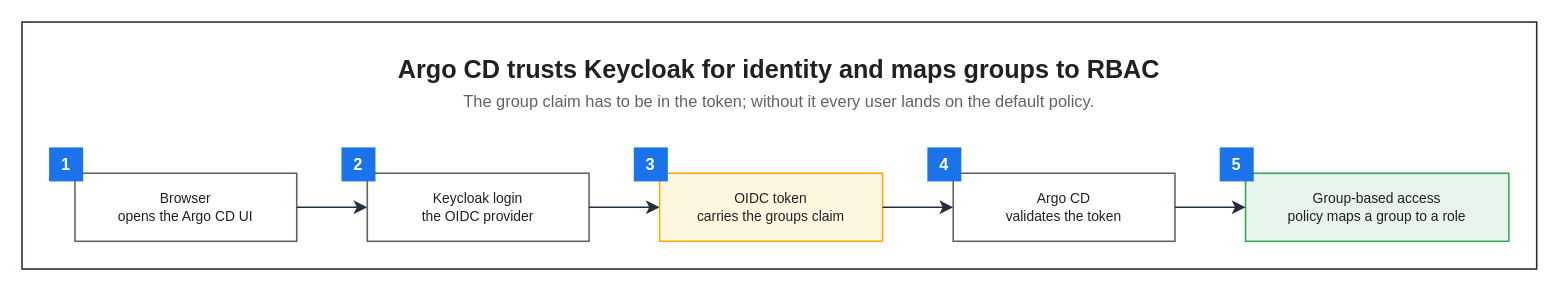
Above: assets/img/security/keycloak-argocd-sso-flow.drawio in KKamJi98/kkamji98.github.io (draw.io), before the change. Source tidied: cells renumbered, new cells numbered last; positions are measured from the earlier drawing's top-left corner, leaving out a move shared by most shapes. Both pictures are drawn from the tidied source at 126%, with x=0, y=0 at pixel (21, 21).
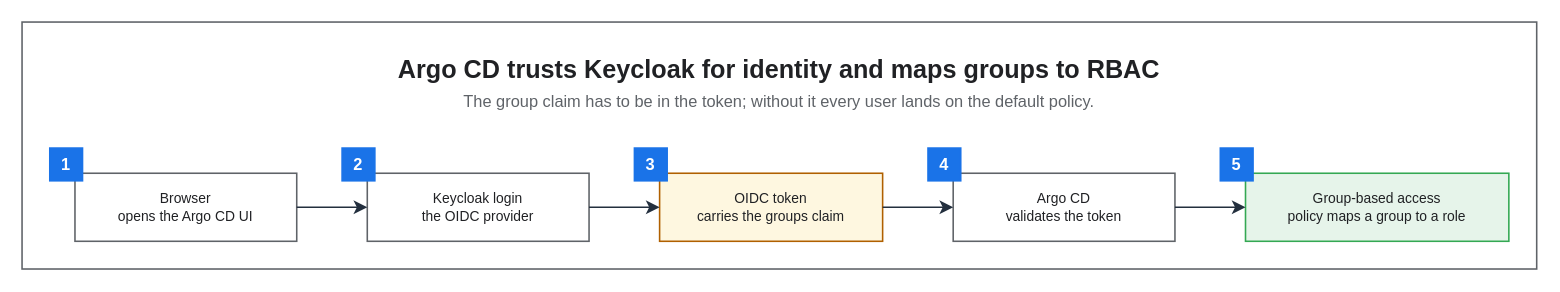
The same diagram, later.

The edit, as a diff of the source:
```diff
@@
 <mxGraphModel background="#FFFFFF">
   <root>
     <mxCell id="0" />
     <mxCell id="1" parent="0" />
-    <mxCell id="2" style="rounded=0;html=0;fillColor=none;strokeColor=#232F3E;fontColor=#202124;strokeWidth=1.25;" parent="1" vertex="1">
+    <mxCell id="2" style="rounded=0;html=0;fillColor=none;strokeColor=#5F6368;fontColor=#202124;strokeWidth=1.25;" parent="1" vertex="1">
       <mxGeometry width="1202.1" height="196" as="geometry" />
     </mxCell>
     <mxCell id="3" value="Argo CD trusts Keycloak for identity and maps groups to RBAC" style="text;html=0;whiteSpace=wrap;fillColor=none;strokeColor=none;fontColor=#202124;fontSize=20;fontStyle=1;align=center;verticalAlign=middle;" parent="1" vertex="1">
       <mxGeometry x="22" y="22" width="1158.1" height="30" as="geometry" />
     </mxCell>
     <mxCell id="4" value="The group claim has to be in the token; without it every user lands on the default policy." style="text;html=0;whiteSpace=wrap;fillColor=none;strokeColor=none;fontColor=#5F6368;fontSize=13;fontStyle=0;align=center;verticalAlign=middle;" parent="1" vertex="1">
       <mxGeometry x="22" y="52" width="1158.1" height="22" as="geometry" />
     </mxCell>
     <mxCell id="5" value="Browser&#10;opens the Argo CD UI" style="rounded=0;whiteSpace=wrap;html=0;fillColor=#FFFFFF;strokeColor=#5F6368;fontColor=#202124;fontSize=11;fontStyle=0;align=center;verticalAlign=middle;spacingLeft=6;spacingRight=6;strokeWidth=1.25;" parent="1" vertex="1">
       <mxGeometry x="42" y="120" width="176" height="54" as="geometry" />
     </mxCell>
     <mxCell id="6" value="Keycloak login&#10;the OIDC provider" style="rounded=0;whiteSpace=wrap;html=0;fillColor=#FFFFFF;strokeColor=#5F6368;fontColor=#202124;fontSize=11;fontStyle=0;align=center;verticalAlign=middle;spacingLeft=6;spacingRight=6;strokeWidth=1.25;" parent="1" vertex="1">
       <mxGeometry x="274" y="120" width="176" height="54" as="geometry" />
     </mxCell>
-    <mxCell id="7" value="OIDC token&#10;carries the groups claim" style="rounded=0;whiteSpace=wrap;html=0;fillColor=#FEF7E0;strokeColor=#F9AB00;fontColor=#202124;fontSize=11;fontStyle=0;align=center;verticalAlign=middle;spacingLeft=6;spacingRight=6;strokeWidth=1.25;" parent="1" vertex="1">
+    <mxCell id="7" value="OIDC token&#10;carries the groups claim" style="rounded=0;whiteSpace=wrap;html=0;fillColor=#FEF7E0;strokeColor=#B06000;fontColor=#202124;fontSize=11;fontStyle=0;align=center;verticalAlign=middle;spacingLeft=6;spacingRight=6;strokeWidth=1.25;" parent="1" vertex="1">
       <mxGeometry x="506" y="120" width="177" height="54" as="geometry" />
     </mxCell>
     <mxCell id="8" value="Argo CD&#10;validates the token" style="rounded=0;whiteSpace=wrap;html=0;fillColor=#FFFFFF;strokeColor=#5F6368;fontColor=#202124;fontSize=11;fontStyle=0;align=center;verticalAlign=middle;spacingLeft=6;spacingRight=6;strokeWidth=1.25;" parent="1" vertex="1">
       <mxGeometry x="739" y="120" width="176" height="54" as="geometry" />
     </mxCell>
     <mxCell id="9" value="Group-based access&#10;policy maps a group to a role" style="rounded=0;whiteSpace=wrap;html=0;fillColor=#E6F4EA;strokeColor=#34A853;fontColor=#202124;fontSize=11;fontStyle=0;align=center;verticalAlign=middle;spacingLeft=6;spacingRight=6;strokeWidth=1.25;" parent="1" vertex="1">
       <mxGeometry x="971" y="120" width="209" height="54" as="geometry" />
     </mxCell>
-    <mxCell id="10" value="1" style="rounded=0;whiteSpace=wrap;html=0;fillColor=#1A73E8;strokeColor=#1A73E8;fontColor=#FFFFFF;fontSize=13;fontStyle=1;align=center;verticalAlign=middle;" parent="1" vertex="1">
+    <mxCell id="10" value="1" style="rounded=0;whiteSpace=wrap;html=0;fillColor=#1A73E8;strokeColor=#1A73E8;fontColor=#FFFFFF;fontSize=13;fontStyle=1;align=center;verticalAlign=middle;strokeWidth=1.25;" parent="1" vertex="1">
       <mxGeometry x="22" y="100" width="26" height="26" as="geometry" />
     </mxCell>
-    <mxCell id="11" value="2" style="rounded=0;whiteSpace=wrap;html=0;fillColor=#1A73E8;strokeColor=#1A73E8;fontColor=#FFFFFF;fontSize=13;fontStyle=1;align=center;verticalAlign=middle;" parent="1" vertex="1">
+    <mxCell id="11" value="2" style="rounded=0;whiteSpace=wrap;html=0;fillColor=#1A73E8;strokeColor=#1A73E8;fontColor=#FFFFFF;fontSize=13;fontStyle=1;align=center;verticalAlign=middle;strokeWidth=1.25;" parent="1" vertex="1">
       <mxGeometry x="254" y="100" width="26" height="26" as="geometry" />
     </mxCell>
-    <mxCell id="12" value="3" style="rounded=0;whiteSpace=wrap;html=0;fillColor=#1A73E8;strokeColor=#1A73E8;fontColor=#FFFFFF;fontSize=13;fontStyle=1;align=center;verticalAlign=middle;" parent="1" vertex="1">
+    <mxCell id="12" value="3" style="rounded=0;whiteSpace=wrap;html=0;fillColor=#1A73E8;strokeColor=#1A73E8;fontColor=#FFFFFF;fontSize=13;fontStyle=1;align=center;verticalAlign=middle;strokeWidth=1.25;" parent="1" vertex="1">
       <mxGeometry x="486" y="100" width="26" height="26" as="geometry" />
     </mxCell>
-    <mxCell id="13" value="4" style="rounded=0;whiteSpace=wrap;html=0;fillColor=#1A73E8;strokeColor=#1A73E8;fontColor=#FFFFFF;fontSize=13;fontStyle=1;align=center;verticalAlign=middle;" parent="1" vertex="1">
+    <mxCell id="13" value="4" style="rounded=0;whiteSpace=wrap;html=0;fillColor=#1A73E8;strokeColor=#1A73E8;fontColor=#FFFFFF;fontSize=13;fontStyle=1;align=center;verticalAlign=middle;strokeWidth=1.25;" parent="1" vertex="1">
       <mxGeometry x="719" y="100" width="26" height="26" as="geometry" />
     </mxCell>
-    <mxCell id="14" value="5" style="rounded=0;whiteSpace=wrap;html=0;fillColor=#1A73E8;strokeColor=#1A73E8;fontColor=#FFFFFF;fontSize=13;fontStyle=1;align=center;verticalAlign=middle;" parent="1" vertex="1">
+    <mxCell id="14" value="5" style="rounded=0;whiteSpace=wrap;html=0;fillColor=#1A73E8;strokeColor=#1A73E8;fontColor=#FFFFFF;fontSize=13;fontStyle=1;align=center;verticalAlign=middle;strokeWidth=1.25;" parent="1" vertex="1">
       <mxGeometry x="951" y="100" width="26" height="26" as="geometry" />
     </mxCell>
     <mxCell id="15" style="edgeStyle=orthogonalEdgeStyle;rounded=0;html=0;strokeColor=#232F3E;strokeWidth=1.25;endArrow=classic;endFill=1;endSize=7;fontSize=11;fontColor=#202124;labelBackgroundColor=none;jettySize=14;exitX=1;exitY=0.5;entryX=0;entryY=0.5;exitDx=0;exitDy=0;entryDx=0;entryDy=0;" parent="1" edge="1" source="5" target="6">
       <mxGeometry relative="1" as="geometry" />
     </mxCell>
     <mxCell id="16" style="edgeStyle=orthogonalEdgeStyle;rounded=0;html=0;strokeColor=#232F3E;strokeWidth=1.25;endArrow=classic;endFill=1;endSize=7;fontSize=11;fontColor=#202124;labelBackgroundColor=none;jettySize=14;exitX=1;exitY=0.5;entryX=0;entryY=0.5;exitDx=0;exitDy=0;entryDx=0;entryDy=0;" parent="1" edge="1" source="6" target="7">
       <mxGeometry relative="1" as="geometry" />
     </mxCell>
     <mxCell id="17" style="edgeStyle=orthogonalEdgeStyle;rounded=0;html=0;strokeColor=#232F3E;strokeWidth=1.25;endArrow=classic;endFill=1;endSize=7;fontSize=11;fontColor=#202124;labelBackgroundColor=none;jettySize=14;exitX=1;exitY=0.5;entryX=0;entryY=0.5;exitDx=0;exitDy=0;entryDx=0;entryDy=0;" parent="1" edge="1" source="7" target="8">
       <mxGeometry relative="1" as="geometry" />
     </mxCell>
     <mxCell id="18" style="edgeStyle=orthogonalEdgeStyle;rounded=0;html=0;strokeColor=#232F3E;strokeWidth=1.25;endArrow=classic;endFill=1;endSize=7;fontSize=11;fontColor=#202124;labelBackgroundColor=none;jettySize=14;exitX=1;exitY=0.5;entryX=0;entryY=0.5;exitDx=0;exitDy=0;entryDx=0;entryDy=0;" parent="1" edge="1" source="8" target="9">
       <mxGeometry relative="1" as="geometry" />
     </mxCell>
   </root>
 </mxGraphModel>
```
